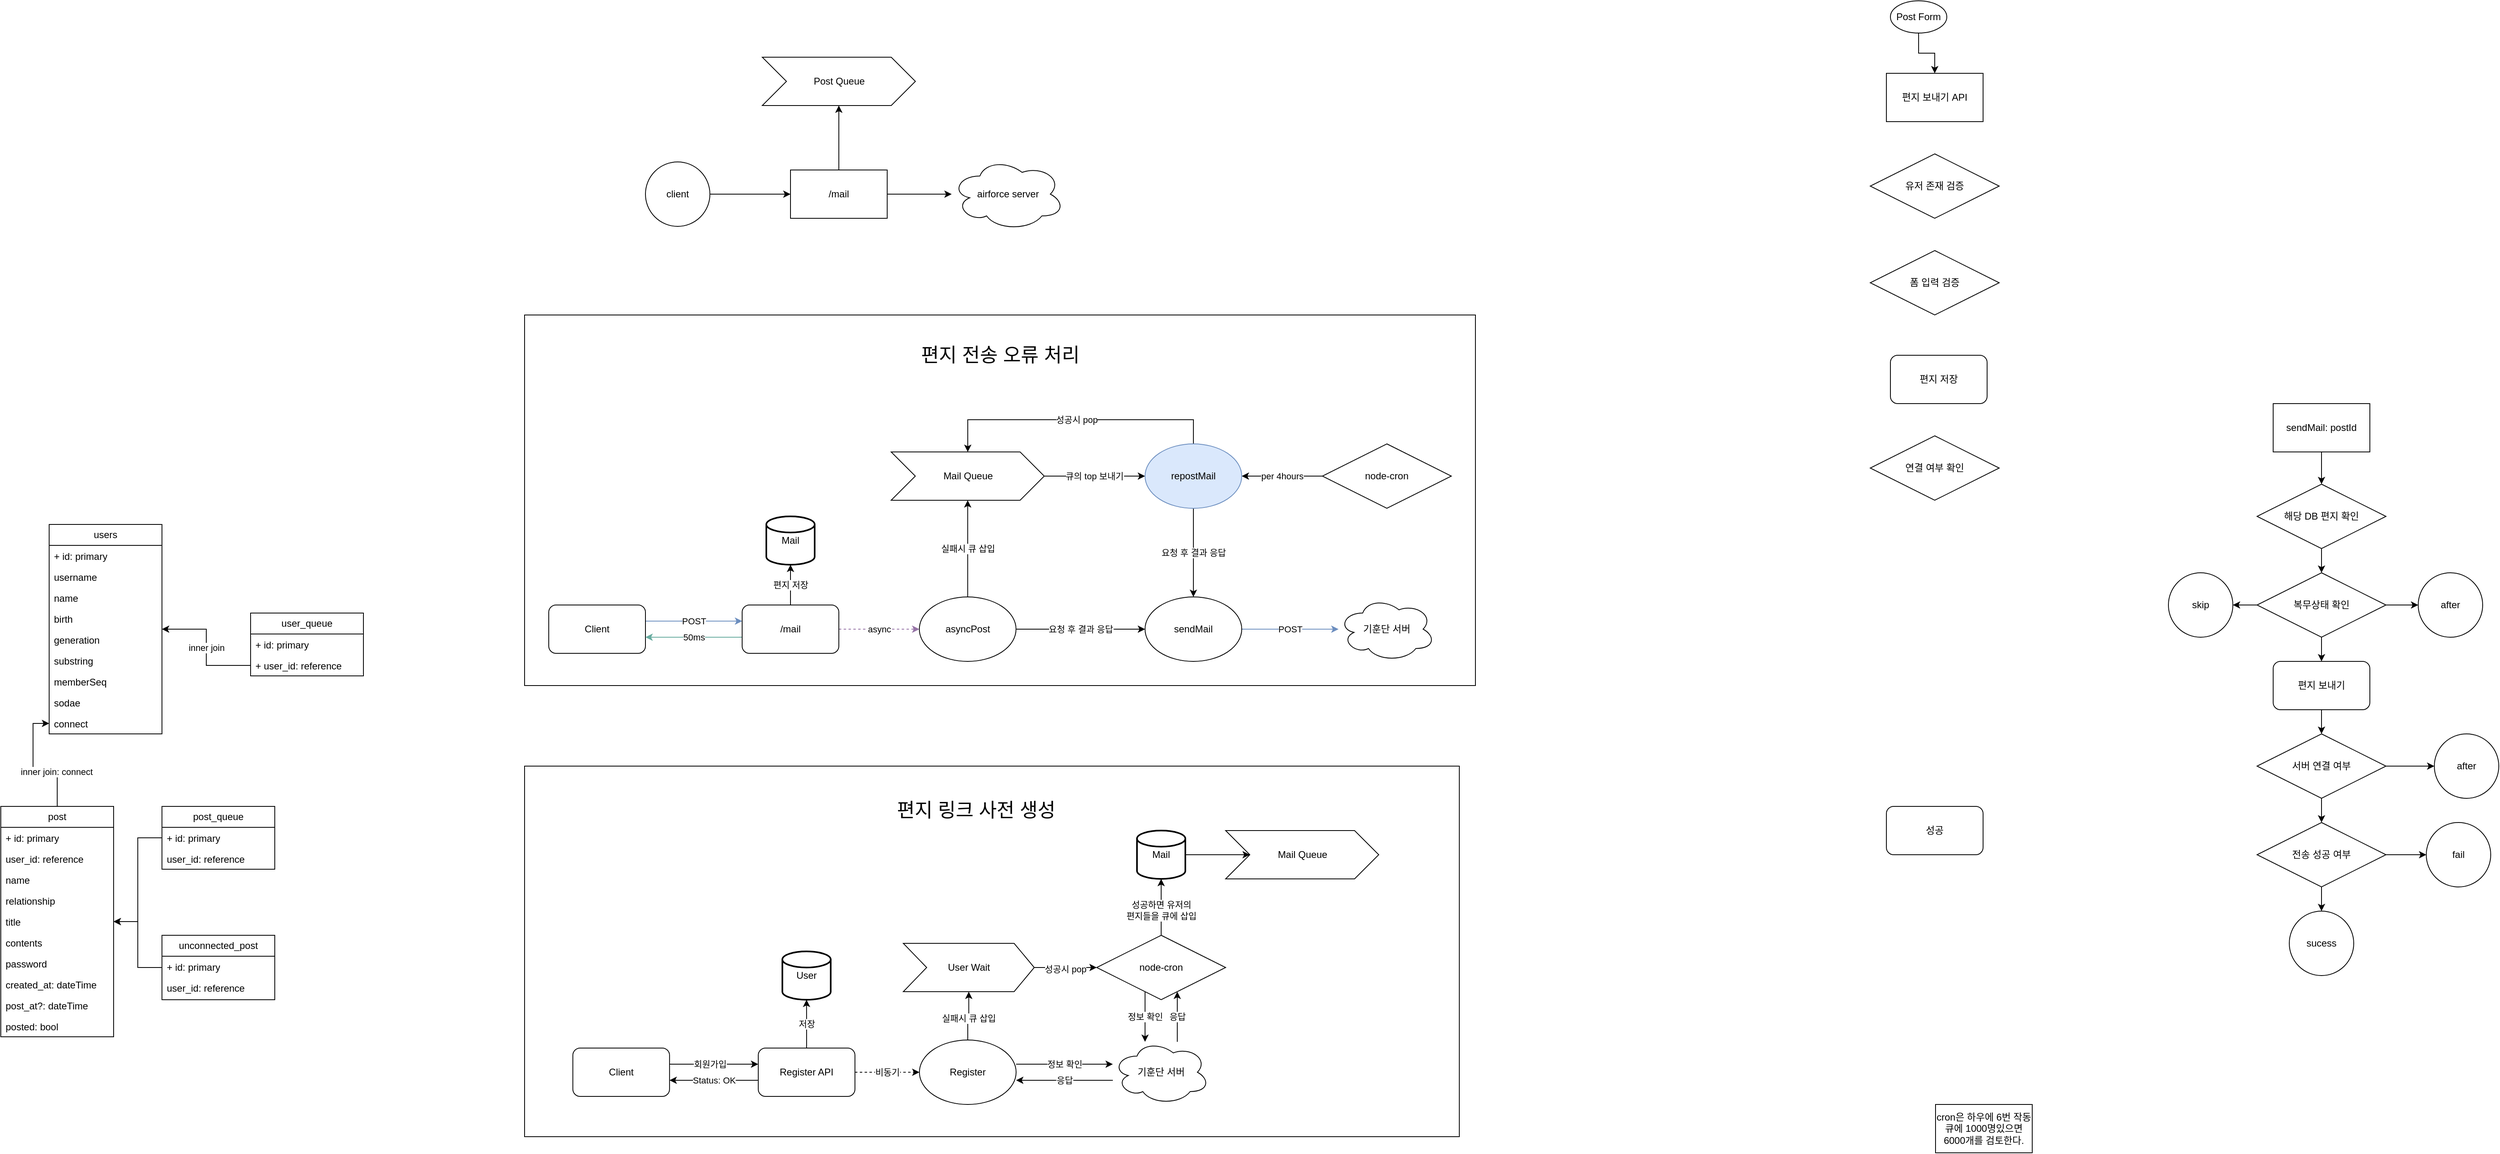
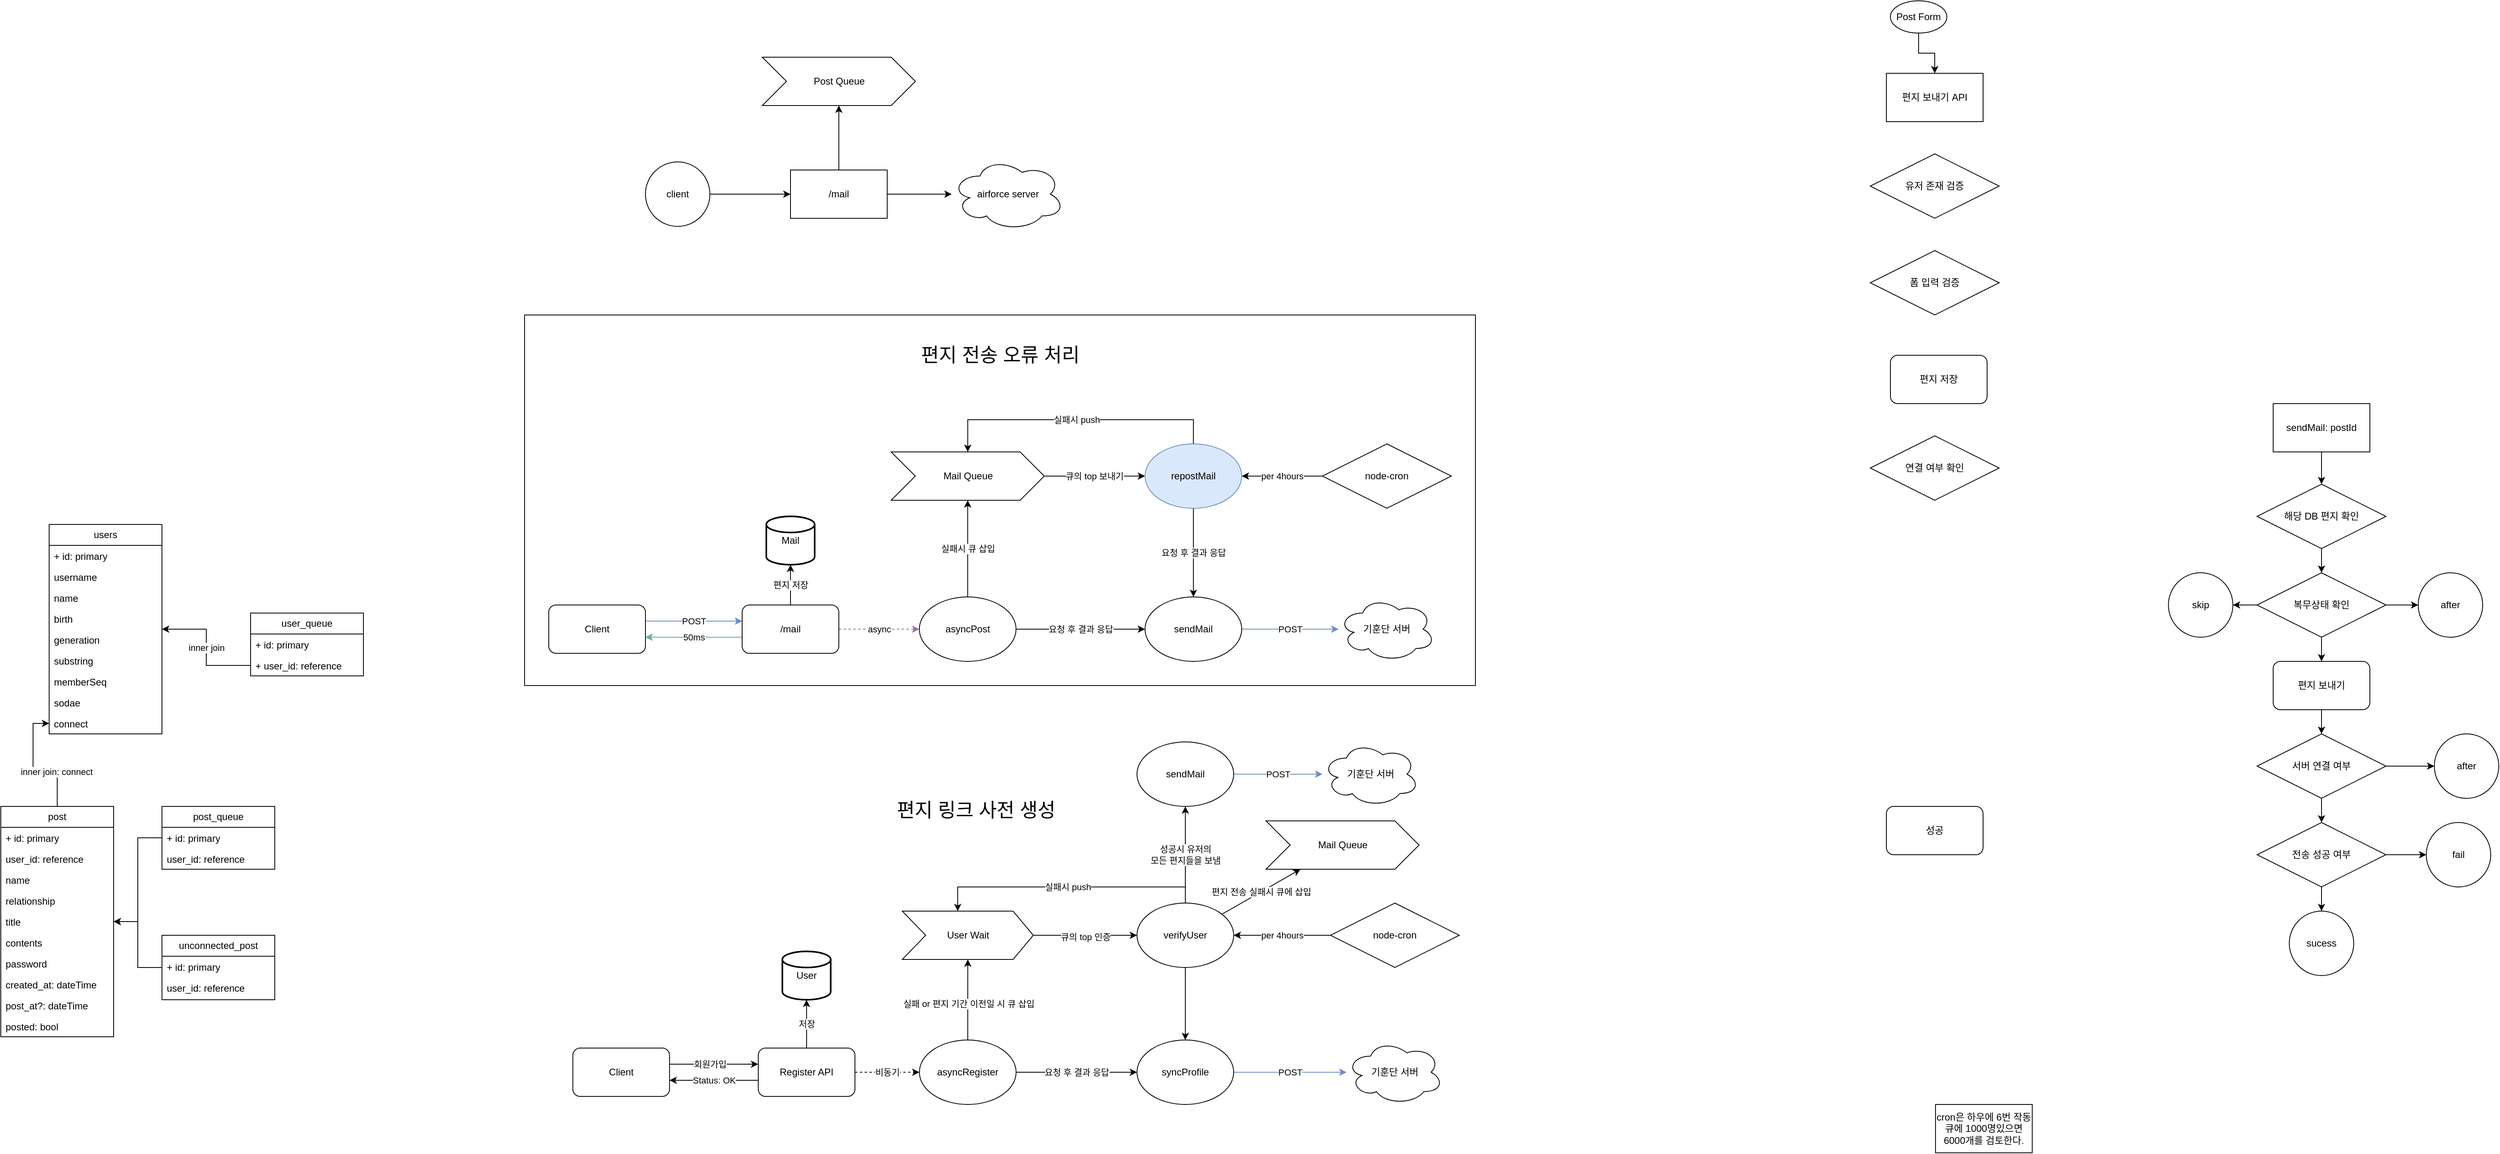
- <mxfile host="app.diagrams.net" modified="2024-04-21T07:41:50.986Z" agent="Mozilla/5.0 (Windows NT 10.0; Win64; x64) AppleWebKit/537.36 (KHTML, like Gecko) Chrome/124.0.0.0 Safari/537.36" etag="vN5u7WciTE8FG1vGL8eT" version="24.2.7" type="github">
+ <mxfile host="app.diagrams.net" modified="2024-04-21T09:34:45.189Z" agent="Mozilla/5.0 (Windows NT 10.0; Win64; x64) AppleWebKit/537.36 (KHTML, like Gecko) Chrome/124.0.0.0 Safari/537.36" etag="x_8P8Jp_RcpYmVHvX2L7" version="24.2.7" type="github">
  <diagram name="페이지-1" id="YYIqQqlZSumYDMB_ZiYN">
-     <mxGraphModel dx="1509" dy="1954" grid="1" gridSize="10" guides="1" tooltips="1" connect="1" arrows="1" fold="1" page="1" pageScale="1" pageWidth="827" pageHeight="1169" math="0" shadow="0">
+     <mxGraphModel dx="1687" dy="2047" grid="1" gridSize="10" guides="1" tooltips="1" connect="1" arrows="1" fold="1" page="1" pageScale="1" pageWidth="827" pageHeight="1169" math="0" shadow="0">
      <root>
        <mxCell id="0" />
        <mxCell id="1" parent="0" />
-         <mxCell id="tpOvkQPWunvHwrgow_rU-3" value="" style="rounded=0;whiteSpace=wrap;html=1;" vertex="1" parent="1">
-           <mxGeometry x="730" y="550" width="1160" height="460" as="geometry" />
-         </mxCell>
-         <mxCell id="tpOvkQPWunvHwrgow_rU-2" value="" style="rounded=0;whiteSpace=wrap;html=1;" vertex="1" parent="1">
+         <mxCell id="tpOvkQPWunvHwrgow_rU-2" value="" style="rounded=0;whiteSpace=wrap;html=1;" parent="1" vertex="1">
          <mxGeometry x="730" y="-10" width="1180" height="460" as="geometry" />
        </mxCell>
        <mxCell id="AZsRamwOxZUp80OkMe_C-2" value="users" style="swimlane;fontStyle=0;childLayout=stackLayout;horizontal=1;startSize=26;fillColor=none;horizontalStack=0;resizeParent=1;resizeParentMax=0;resizeLast=0;collapsible=1;marginBottom=0;whiteSpace=wrap;html=1;" parent="1" vertex="1">
          <mxGeometry x="140" y="250" width="140" height="260" as="geometry" />
        </mxCell>
        <mxCell id="AZsRamwOxZUp80OkMe_C-3" value="+ id: primary" style="text;strokeColor=none;fillColor=none;align=left;verticalAlign=top;spacingLeft=4;spacingRight=4;overflow=hidden;rotatable=0;points=[[0,0.5],[1,0.5]];portConstraint=eastwest;whiteSpace=wrap;html=1;" parent="AZsRamwOxZUp80OkMe_C-2" vertex="1">
          <mxGeometry y="26" width="140" height="26" as="geometry" />
        </mxCell>
        <mxCell id="AZsRamwOxZUp80OkMe_C-4" value="username" style="text;strokeColor=none;fillColor=none;align=left;verticalAlign=top;spacingLeft=4;spacingRight=4;overflow=hidden;rotatable=0;points=[[0,0.5],[1,0.5]];portConstraint=eastwest;whiteSpace=wrap;html=1;" parent="AZsRamwOxZUp80OkMe_C-2" vertex="1">
          <mxGeometry y="52" width="140" height="26" as="geometry" />
        </mxCell>
        <mxCell id="AZsRamwOxZUp80OkMe_C-5" value="name" style="text;strokeColor=none;fillColor=none;align=left;verticalAlign=top;spacingLeft=4;spacingRight=4;overflow=hidden;rotatable=0;points=[[0,0.5],[1,0.5]];portConstraint=eastwest;whiteSpace=wrap;html=1;" parent="AZsRamwOxZUp80OkMe_C-2" vertex="1">
          <mxGeometry y="78" width="140" height="26" as="geometry" />
        </mxCell>
        <mxCell id="AZsRamwOxZUp80OkMe_C-10" value="birth" style="text;strokeColor=none;fillColor=none;align=left;verticalAlign=top;spacingLeft=4;spacingRight=4;overflow=hidden;rotatable=0;points=[[0,0.5],[1,0.5]];portConstraint=eastwest;whiteSpace=wrap;html=1;" parent="AZsRamwOxZUp80OkMe_C-2" vertex="1">
          <mxGeometry y="104" width="140" height="26" as="geometry" />
        </mxCell>
        <mxCell id="AZsRamwOxZUp80OkMe_C-11" value="generation" style="text;strokeColor=none;fillColor=none;align=left;verticalAlign=top;spacingLeft=4;spacingRight=4;overflow=hidden;rotatable=0;points=[[0,0.5],[1,0.5]];portConstraint=eastwest;whiteSpace=wrap;html=1;" parent="AZsRamwOxZUp80OkMe_C-2" vertex="1">
          <mxGeometry y="130" width="140" height="26" as="geometry" />
        </mxCell>
        <mxCell id="AZsRamwOxZUp80OkMe_C-12" value="substring" style="text;strokeColor=none;fillColor=none;align=left;verticalAlign=top;spacingLeft=4;spacingRight=4;overflow=hidden;rotatable=0;points=[[0,0.5],[1,0.5]];portConstraint=eastwest;whiteSpace=wrap;html=1;" parent="AZsRamwOxZUp80OkMe_C-2" vertex="1">
          <mxGeometry y="156" width="140" height="26" as="geometry" />
        </mxCell>
        <mxCell id="AZsRamwOxZUp80OkMe_C-15" value="memberSeq" style="text;strokeColor=none;fillColor=none;align=left;verticalAlign=top;spacingLeft=4;spacingRight=4;overflow=hidden;rotatable=0;points=[[0,0.5],[1,0.5]];portConstraint=eastwest;whiteSpace=wrap;html=1;" parent="AZsRamwOxZUp80OkMe_C-2" vertex="1">
          <mxGeometry y="182" width="140" height="26" as="geometry" />
        </mxCell>
        <mxCell id="AZsRamwOxZUp80OkMe_C-14" value="sodae" style="text;strokeColor=none;fillColor=none;align=left;verticalAlign=top;spacingLeft=4;spacingRight=4;overflow=hidden;rotatable=0;points=[[0,0.5],[1,0.5]];portConstraint=eastwest;whiteSpace=wrap;html=1;" parent="AZsRamwOxZUp80OkMe_C-2" vertex="1">
          <mxGeometry y="208" width="140" height="26" as="geometry" />
        </mxCell>
        <mxCell id="AZsRamwOxZUp80OkMe_C-16" value="connect" style="text;strokeColor=none;fillColor=none;align=left;verticalAlign=top;spacingLeft=4;spacingRight=4;overflow=hidden;rotatable=0;points=[[0,0.5],[1,0.5]];portConstraint=eastwest;whiteSpace=wrap;html=1;" parent="AZsRamwOxZUp80OkMe_C-2" vertex="1">
          <mxGeometry y="234" width="140" height="26" as="geometry" />
        </mxCell>
        <mxCell id="AZsRamwOxZUp80OkMe_C-6" value="user_queue" style="swimlane;fontStyle=0;childLayout=stackLayout;horizontal=1;startSize=26;fillColor=none;horizontalStack=0;resizeParent=1;resizeParentMax=0;resizeLast=0;collapsible=1;marginBottom=0;whiteSpace=wrap;html=1;" parent="1" vertex="1">
          <mxGeometry x="390" y="360" width="140" height="78" as="geometry" />
        </mxCell>
        <mxCell id="AZsRamwOxZUp80OkMe_C-18" value="+ id: primary" style="text;strokeColor=none;fillColor=none;align=left;verticalAlign=top;spacingLeft=4;spacingRight=4;overflow=hidden;rotatable=0;points=[[0,0.5],[1,0.5]];portConstraint=eastwest;whiteSpace=wrap;html=1;" parent="AZsRamwOxZUp80OkMe_C-6" vertex="1">
          <mxGeometry y="26" width="140" height="26" as="geometry" />
        </mxCell>
        <mxCell id="AZsRamwOxZUp80OkMe_C-7" value="+ user_id: reference" style="text;strokeColor=none;fillColor=none;align=left;verticalAlign=top;spacingLeft=4;spacingRight=4;overflow=hidden;rotatable=0;points=[[0,0.5],[1,0.5]];portConstraint=eastwest;whiteSpace=wrap;html=1;" parent="AZsRamwOxZUp80OkMe_C-6" vertex="1">
          <mxGeometry y="52" width="140" height="26" as="geometry" />
        </mxCell>
        <mxCell id="AZsRamwOxZUp80OkMe_C-19" value="inner join" style="edgeStyle=orthogonalEdgeStyle;rounded=0;orthogonalLoop=1;jettySize=auto;html=1;" parent="1" source="AZsRamwOxZUp80OkMe_C-7" target="AZsRamwOxZUp80OkMe_C-2" edge="1">
          <mxGeometry relative="1" as="geometry" />
        </mxCell>
        <mxCell id="F6sanjwA14LKa2ckui42-2" style="edgeStyle=orthogonalEdgeStyle;rounded=0;orthogonalLoop=1;jettySize=auto;html=1;" parent="1" source="AZsRamwOxZUp80OkMe_C-20" target="AZsRamwOxZUp80OkMe_C-16" edge="1">
          <mxGeometry relative="1" as="geometry" />
        </mxCell>
        <mxCell id="F6sanjwA14LKa2ckui42-3" value="inner join: connect" style="edgeLabel;html=1;align=center;verticalAlign=middle;resizable=0;points=[];" parent="F6sanjwA14LKa2ckui42-2" vertex="1" connectable="0">
          <mxGeometry x="-0.4284" y="1" relative="1" as="geometry">
            <mxPoint as="offset" />
          </mxGeometry>
        </mxCell>
        <mxCell id="AZsRamwOxZUp80OkMe_C-20" value="post" style="swimlane;fontStyle=0;childLayout=stackLayout;horizontal=1;startSize=26;fillColor=none;horizontalStack=0;resizeParent=1;resizeParentMax=0;resizeLast=0;collapsible=1;marginBottom=0;whiteSpace=wrap;html=1;" parent="1" vertex="1">
          <mxGeometry x="80" y="600" width="140" height="286" as="geometry" />
        </mxCell>
        <mxCell id="AZsRamwOxZUp80OkMe_C-21" value="+ id: primary" style="text;strokeColor=none;fillColor=none;align=left;verticalAlign=top;spacingLeft=4;spacingRight=4;overflow=hidden;rotatable=0;points=[[0,0.5],[1,0.5]];portConstraint=eastwest;whiteSpace=wrap;html=1;" parent="AZsRamwOxZUp80OkMe_C-20" vertex="1">
          <mxGeometry y="26" width="140" height="26" as="geometry" />
        </mxCell>
        <mxCell id="AZsRamwOxZUp80OkMe_C-22" value="user_id: reference" style="text;strokeColor=none;fillColor=none;align=left;verticalAlign=top;spacingLeft=4;spacingRight=4;overflow=hidden;rotatable=0;points=[[0,0.5],[1,0.5]];portConstraint=eastwest;whiteSpace=wrap;html=1;" parent="AZsRamwOxZUp80OkMe_C-20" vertex="1">
          <mxGeometry y="52" width="140" height="26" as="geometry" />
        </mxCell>
        <mxCell id="AZsRamwOxZUp80OkMe_C-23" value="name" style="text;strokeColor=none;fillColor=none;align=left;verticalAlign=top;spacingLeft=4;spacingRight=4;overflow=hidden;rotatable=0;points=[[0,0.5],[1,0.5]];portConstraint=eastwest;whiteSpace=wrap;html=1;" parent="AZsRamwOxZUp80OkMe_C-20" vertex="1">
          <mxGeometry y="78" width="140" height="26" as="geometry" />
        </mxCell>
        <mxCell id="AZsRamwOxZUp80OkMe_C-24" value="relationship" style="text;strokeColor=none;fillColor=none;align=left;verticalAlign=top;spacingLeft=4;spacingRight=4;overflow=hidden;rotatable=0;points=[[0,0.5],[1,0.5]];portConstraint=eastwest;whiteSpace=wrap;html=1;" parent="AZsRamwOxZUp80OkMe_C-20" vertex="1">
          <mxGeometry y="104" width="140" height="26" as="geometry" />
        </mxCell>
        <mxCell id="AZsRamwOxZUp80OkMe_C-25" value="title" style="text;strokeColor=none;fillColor=none;align=left;verticalAlign=top;spacingLeft=4;spacingRight=4;overflow=hidden;rotatable=0;points=[[0,0.5],[1,0.5]];portConstraint=eastwest;whiteSpace=wrap;html=1;" parent="AZsRamwOxZUp80OkMe_C-20" vertex="1">
          <mxGeometry y="130" width="140" height="26" as="geometry" />
        </mxCell>
        <mxCell id="AZsRamwOxZUp80OkMe_C-26" value="contents" style="text;strokeColor=none;fillColor=none;align=left;verticalAlign=top;spacingLeft=4;spacingRight=4;overflow=hidden;rotatable=0;points=[[0,0.5],[1,0.5]];portConstraint=eastwest;whiteSpace=wrap;html=1;" parent="AZsRamwOxZUp80OkMe_C-20" vertex="1">
          <mxGeometry y="156" width="140" height="26" as="geometry" />
        </mxCell>
        <mxCell id="AZsRamwOxZUp80OkMe_C-27" value="password" style="text;strokeColor=none;fillColor=none;align=left;verticalAlign=top;spacingLeft=4;spacingRight=4;overflow=hidden;rotatable=0;points=[[0,0.5],[1,0.5]];portConstraint=eastwest;whiteSpace=wrap;html=1;" parent="AZsRamwOxZUp80OkMe_C-20" vertex="1">
          <mxGeometry y="182" width="140" height="26" as="geometry" />
        </mxCell>
        <mxCell id="AZsRamwOxZUp80OkMe_C-28" value="created_at: dateTime" style="text;strokeColor=none;fillColor=none;align=left;verticalAlign=top;spacingLeft=4;spacingRight=4;overflow=hidden;rotatable=0;points=[[0,0.5],[1,0.5]];portConstraint=eastwest;whiteSpace=wrap;html=1;" parent="AZsRamwOxZUp80OkMe_C-20" vertex="1">
          <mxGeometry y="208" width="140" height="26" as="geometry" />
        </mxCell>
        <mxCell id="AZsRamwOxZUp80OkMe_C-41" value="post_at?: dateTime" style="text;strokeColor=none;fillColor=none;align=left;verticalAlign=top;spacingLeft=4;spacingRight=4;overflow=hidden;rotatable=0;points=[[0,0.5],[1,0.5]];portConstraint=eastwest;whiteSpace=wrap;html=1;" parent="AZsRamwOxZUp80OkMe_C-20" vertex="1">
          <mxGeometry y="234" width="140" height="26" as="geometry" />
        </mxCell>
        <mxCell id="AZsRamwOxZUp80OkMe_C-42" value="posted: bool" style="text;strokeColor=none;fillColor=none;align=left;verticalAlign=top;spacingLeft=4;spacingRight=4;overflow=hidden;rotatable=0;points=[[0,0.5],[1,0.5]];portConstraint=eastwest;whiteSpace=wrap;html=1;" parent="AZsRamwOxZUp80OkMe_C-20" vertex="1">
          <mxGeometry y="260" width="140" height="26" as="geometry" />
        </mxCell>
        <mxCell id="F6sanjwA14LKa2ckui42-4" style="edgeStyle=orthogonalEdgeStyle;rounded=0;orthogonalLoop=1;jettySize=auto;html=1;" parent="1" source="AZsRamwOxZUp80OkMe_C-30" target="AZsRamwOxZUp80OkMe_C-20" edge="1">
          <mxGeometry relative="1" as="geometry" />
        </mxCell>
        <mxCell id="AZsRamwOxZUp80OkMe_C-30" value="post_queue" style="swimlane;fontStyle=0;childLayout=stackLayout;horizontal=1;startSize=26;fillColor=none;horizontalStack=0;resizeParent=1;resizeParentMax=0;resizeLast=0;collapsible=1;marginBottom=0;whiteSpace=wrap;html=1;" parent="1" vertex="1">
          <mxGeometry x="280" y="600" width="140" height="78" as="geometry" />
        </mxCell>
        <mxCell id="AZsRamwOxZUp80OkMe_C-31" value="+ id: primary" style="text;strokeColor=none;fillColor=none;align=left;verticalAlign=top;spacingLeft=4;spacingRight=4;overflow=hidden;rotatable=0;points=[[0,0.5],[1,0.5]];portConstraint=eastwest;whiteSpace=wrap;html=1;" parent="AZsRamwOxZUp80OkMe_C-30" vertex="1">
          <mxGeometry y="26" width="140" height="26" as="geometry" />
        </mxCell>
        <mxCell id="AZsRamwOxZUp80OkMe_C-32" value="user_id: reference" style="text;strokeColor=none;fillColor=none;align=left;verticalAlign=top;spacingLeft=4;spacingRight=4;overflow=hidden;rotatable=0;points=[[0,0.5],[1,0.5]];portConstraint=eastwest;whiteSpace=wrap;html=1;" parent="AZsRamwOxZUp80OkMe_C-30" vertex="1">
          <mxGeometry y="52" width="140" height="26" as="geometry" />
        </mxCell>
        <mxCell id="F6sanjwA14LKa2ckui42-5" style="edgeStyle=orthogonalEdgeStyle;rounded=0;orthogonalLoop=1;jettySize=auto;html=1;" parent="1" source="AZsRamwOxZUp80OkMe_C-46" target="AZsRamwOxZUp80OkMe_C-20" edge="1">
          <mxGeometry relative="1" as="geometry" />
        </mxCell>
        <mxCell id="AZsRamwOxZUp80OkMe_C-46" value="unconnected_post" style="swimlane;fontStyle=0;childLayout=stackLayout;horizontal=1;startSize=26;fillColor=none;horizontalStack=0;resizeParent=1;resizeParentMax=0;resizeLast=0;collapsible=1;marginBottom=0;whiteSpace=wrap;html=1;" parent="1" vertex="1">
          <mxGeometry x="280" y="760" width="140" height="80" as="geometry" />
        </mxCell>
        <mxCell id="AZsRamwOxZUp80OkMe_C-47" value="+ id: primary" style="text;strokeColor=none;fillColor=none;align=left;verticalAlign=top;spacingLeft=4;spacingRight=4;overflow=hidden;rotatable=0;points=[[0,0.5],[1,0.5]];portConstraint=eastwest;whiteSpace=wrap;html=1;" parent="AZsRamwOxZUp80OkMe_C-46" vertex="1">
          <mxGeometry y="26" width="140" height="26" as="geometry" />
        </mxCell>
        <mxCell id="AZsRamwOxZUp80OkMe_C-48" value="user_id: reference" style="text;strokeColor=none;fillColor=none;align=left;verticalAlign=top;spacingLeft=4;spacingRight=4;overflow=hidden;rotatable=0;points=[[0,0.5],[1,0.5]];portConstraint=eastwest;whiteSpace=wrap;html=1;" parent="AZsRamwOxZUp80OkMe_C-46" vertex="1">
          <mxGeometry y="52" width="140" height="28" as="geometry" />
        </mxCell>
        <mxCell id="wQPPLxiwdvjhVnuzjJRF-10" value="실패시 큐 삽입" style="edgeStyle=orthogonalEdgeStyle;rounded=0;orthogonalLoop=1;jettySize=auto;html=1;" parent="1" source="TXcI-fBlLuWAS2TPfB02-1" target="TXcI-fBlLuWAS2TPfB02-9" edge="1">
          <mxGeometry relative="1" as="geometry" />
        </mxCell>
        <mxCell id="wQPPLxiwdvjhVnuzjJRF-13" value="POST" style="rounded=0;orthogonalLoop=1;jettySize=auto;html=1;startArrow=none;startFill=0;fillColor=#dae8fc;strokeColor=#6c8ebf;" parent="1" source="wQPPLxiwdvjhVnuzjJRF-19" target="TXcI-fBlLuWAS2TPfB02-2" edge="1">
          <mxGeometry relative="1" as="geometry" />
        </mxCell>
        <mxCell id="wQPPLxiwdvjhVnuzjJRF-20" value="요청 후 결과 응답" style="rounded=0;orthogonalLoop=1;jettySize=auto;html=1;edgeStyle=orthogonalEdgeStyle;" parent="1" source="TXcI-fBlLuWAS2TPfB02-1" target="wQPPLxiwdvjhVnuzjJRF-19" edge="1">
          <mxGeometry relative="1" as="geometry" />
        </mxCell>
        <mxCell id="TXcI-fBlLuWAS2TPfB02-1" value="asyncPost" style="ellipse;whiteSpace=wrap;html=1;" parent="1" vertex="1">
          <mxGeometry x="1219.91" y="340" width="120" height="80" as="geometry" />
        </mxCell>
        <mxCell id="TXcI-fBlLuWAS2TPfB02-2" value="기훈단 서버" style="ellipse;shape=cloud;whiteSpace=wrap;html=1;" parent="1" vertex="1">
          <mxGeometry x="1740.09" y="340" width="120" height="80" as="geometry" />
        </mxCell>
        <mxCell id="TXcI-fBlLuWAS2TPfB02-11" value="큐의 top 보내기" style="edgeStyle=orthogonalEdgeStyle;rounded=0;orthogonalLoop=1;jettySize=auto;html=1;" parent="1" source="TXcI-fBlLuWAS2TPfB02-9" target="wQPPLxiwdvjhVnuzjJRF-23" edge="1">
          <mxGeometry relative="1" as="geometry">
            <mxPoint x="1449.9099999999999" y="220" as="targetPoint" />
            <Array as="points" />
          </mxGeometry>
        </mxCell>
        <mxCell id="TXcI-fBlLuWAS2TPfB02-9" value="Mail Queue" style="html=1;shadow=0;dashed=0;align=center;verticalAlign=middle;shape=mxgraph.arrows2.arrow;dy=0;dx=30;notch=30;" parent="1" vertex="1">
          <mxGeometry x="1184.91" y="160" width="190" height="60" as="geometry" />
        </mxCell>
        <mxCell id="TXcI-fBlLuWAS2TPfB02-21" value="POST" style="edgeStyle=orthogonalEdgeStyle;rounded=0;orthogonalLoop=1;jettySize=auto;html=1;fillColor=#dae8fc;strokeColor=#6c8ebf;" parent="1" source="TXcI-fBlLuWAS2TPfB02-19" target="TXcI-fBlLuWAS2TPfB02-22" edge="1">
          <mxGeometry relative="1" as="geometry">
            <mxPoint x="970" y="380" as="targetPoint" />
            <Array as="points">
              <mxPoint x="960" y="370" />
              <mxPoint x="960" y="370" />
            </Array>
          </mxGeometry>
        </mxCell>
        <mxCell id="TXcI-fBlLuWAS2TPfB02-19" value="Client" style="rounded=1;whiteSpace=wrap;html=1;" parent="1" vertex="1">
          <mxGeometry x="760" y="350" width="120" height="60" as="geometry" />
        </mxCell>
        <mxCell id="TXcI-fBlLuWAS2TPfB02-20" value="Mail" style="strokeWidth=2;html=1;shape=mxgraph.flowchart.database;whiteSpace=wrap;" parent="1" vertex="1">
          <mxGeometry x="1030" y="240" width="60" height="60" as="geometry" />
        </mxCell>
        <mxCell id="TXcI-fBlLuWAS2TPfB02-23" value="편지 저장" style="edgeStyle=orthogonalEdgeStyle;rounded=0;orthogonalLoop=1;jettySize=auto;html=1;" parent="1" source="TXcI-fBlLuWAS2TPfB02-22" target="TXcI-fBlLuWAS2TPfB02-20" edge="1">
          <mxGeometry relative="1" as="geometry" />
        </mxCell>
        <mxCell id="TXcI-fBlLuWAS2TPfB02-24" value="async" style="edgeStyle=orthogonalEdgeStyle;rounded=0;orthogonalLoop=1;jettySize=auto;html=1;dashed=1;fillColor=#e1d5e7;strokeColor=#9673a6;" parent="1" source="TXcI-fBlLuWAS2TPfB02-22" target="TXcI-fBlLuWAS2TPfB02-1" edge="1">
          <mxGeometry relative="1" as="geometry" />
        </mxCell>
        <mxCell id="TXcI-fBlLuWAS2TPfB02-26" value="50ms" style="edgeStyle=orthogonalEdgeStyle;rounded=0;orthogonalLoop=1;jettySize=auto;html=1;strokeColor=#67AB9F;" parent="1" source="TXcI-fBlLuWAS2TPfB02-22" target="TXcI-fBlLuWAS2TPfB02-19" edge="1">
          <mxGeometry relative="1" as="geometry">
            <Array as="points">
              <mxPoint x="960" y="390" />
              <mxPoint x="960" y="390" />
            </Array>
          </mxGeometry>
        </mxCell>
        <mxCell id="TXcI-fBlLuWAS2TPfB02-22" value="/mail" style="rounded=1;whiteSpace=wrap;html=1;" parent="1" vertex="1">
          <mxGeometry x="1000" y="350" width="120" height="60" as="geometry" />
        </mxCell>
        <mxCell id="wQPPLxiwdvjhVnuzjJRF-21" value="per 4hours" style="rounded=0;orthogonalLoop=1;jettySize=auto;html=1;edgeStyle=orthogonalEdgeStyle;" parent="1" source="TXcI-fBlLuWAS2TPfB02-27" target="wQPPLxiwdvjhVnuzjJRF-23" edge="1">
          <mxGeometry relative="1" as="geometry" />
        </mxCell>
        <mxCell id="TXcI-fBlLuWAS2TPfB02-27" value="node-cron" style="rhombus;whiteSpace=wrap;html=1;" parent="1" vertex="1">
          <mxGeometry x="1720.09" y="150" width="160" height="80" as="geometry" />
        </mxCell>
        <mxCell id="TXcI-fBlLuWAS2TPfB02-55" value="&lt;span style=&quot;color: rgb(0, 0, 0); font-family: Helvetica; font-size: 11px; font-style: normal; font-variant-ligatures: normal; font-variant-caps: normal; font-weight: 400; letter-spacing: normal; orphans: 2; text-align: center; text-indent: 0px; text-transform: none; white-space: nowrap; widows: 2; word-spacing: 0px; -webkit-text-stroke-width: 0px; background-color: rgb(255, 255, 255); text-decoration-thickness: initial; text-decoration-style: initial; text-decoration-color: initial; display: inline !important; float: none;&quot;&gt;회원가입&lt;/span&gt;" style="edgeStyle=orthogonalEdgeStyle;rounded=0;orthogonalLoop=1;jettySize=auto;html=1;" parent="1" edge="1">
          <mxGeometry x="-0.0893" relative="1" as="geometry">
            <mxPoint x="909.9100000000001" y="920" as="sourcePoint" />
            <mxPoint x="1019.9100000000001" y="920" as="targetPoint" />
            <mxPoint as="offset" />
          </mxGeometry>
        </mxCell>
        <mxCell id="TXcI-fBlLuWAS2TPfB02-53" value="Client" style="rounded=1;whiteSpace=wrap;html=1;" parent="1" vertex="1">
          <mxGeometry x="789.9100000000001" y="900" width="120" height="60" as="geometry" />
        </mxCell>
        <mxCell id="TXcI-fBlLuWAS2TPfB02-57" value="비동기" style="edgeStyle=orthogonalEdgeStyle;rounded=0;orthogonalLoop=1;jettySize=auto;html=1;dashed=1;" parent="1" source="TXcI-fBlLuWAS2TPfB02-54" target="TXcI-fBlLuWAS2TPfB02-56" edge="1">
          <mxGeometry relative="1" as="geometry" />
        </mxCell>
        <mxCell id="TXcI-fBlLuWAS2TPfB02-59" value="Status: OK" style="edgeStyle=orthogonalEdgeStyle;rounded=0;orthogonalLoop=1;jettySize=auto;html=1;" parent="1" edge="1">
          <mxGeometry relative="1" as="geometry">
            <mxPoint x="1020" y="940" as="sourcePoint" />
            <mxPoint x="909.9100000000003" y="940" as="targetPoint" />
          </mxGeometry>
        </mxCell>
        <mxCell id="TXcI-fBlLuWAS2TPfB02-65" value="저장" style="edgeStyle=orthogonalEdgeStyle;rounded=0;orthogonalLoop=1;jettySize=auto;html=1;" parent="1" source="TXcI-fBlLuWAS2TPfB02-54" target="TXcI-fBlLuWAS2TPfB02-64" edge="1">
          <mxGeometry relative="1" as="geometry" />
        </mxCell>
        <mxCell id="TXcI-fBlLuWAS2TPfB02-54" value="Register API" style="rounded=1;whiteSpace=wrap;html=1;" parent="1" vertex="1">
          <mxGeometry x="1020" y="900" width="120" height="60" as="geometry" />
        </mxCell>
-         <mxCell id="TXcI-fBlLuWAS2TPfB02-67" value="정보 확인" style="edgeStyle=orthogonalEdgeStyle;rounded=0;orthogonalLoop=1;jettySize=auto;html=1;" parent="1" edge="1">
-           <mxGeometry relative="1" as="geometry">
-             <mxPoint x="1340" y="920" as="sourcePoint" />
-             <mxPoint x="1460" y="920" as="targetPoint" />
-           </mxGeometry>
-         </mxCell>
        <mxCell id="TXcI-fBlLuWAS2TPfB02-69" style="edgeStyle=orthogonalEdgeStyle;rounded=0;orthogonalLoop=1;jettySize=auto;html=1;" parent="1" source="TXcI-fBlLuWAS2TPfB02-56" target="TXcI-fBlLuWAS2TPfB02-61" edge="1">
          <mxGeometry relative="1" as="geometry" />
        </mxCell>
-         <mxCell id="y1SOeucjYuMJN-nhCAUV-7" value="실패시 큐 삽입" style="edgeLabel;html=1;align=center;verticalAlign=middle;resizable=0;points=[];" parent="TXcI-fBlLuWAS2TPfB02-69" vertex="1" connectable="0">
+         <mxCell id="y1SOeucjYuMJN-nhCAUV-7" value="실패 or 편지 기간 이전일 시 큐 삽입" style="edgeLabel;html=1;align=center;verticalAlign=middle;resizable=0;points=[];" parent="TXcI-fBlLuWAS2TPfB02-69" vertex="1" connectable="0">
          <mxGeometry x="-0.1037" y="-1" relative="1" as="geometry">
            <mxPoint as="offset" />
          </mxGeometry>
        </mxCell>
-         <mxCell id="TXcI-fBlLuWAS2TPfB02-56" value="Register" style="ellipse;whiteSpace=wrap;html=1;" parent="1" vertex="1">
+         <mxCell id="K3UKubzrvV4H-gYz2n_W-7" value="요청 후 결과 응답" style="edgeStyle=orthogonalEdgeStyle;rounded=0;orthogonalLoop=1;jettySize=auto;html=1;" edge="1" parent="1" source="TXcI-fBlLuWAS2TPfB02-56" target="K3UKubzrvV4H-gYz2n_W-2">
+           <mxGeometry relative="1" as="geometry" />
+         </mxCell>
+         <mxCell id="TXcI-fBlLuWAS2TPfB02-56" value="asyncRegister" style="ellipse;whiteSpace=wrap;html=1;" parent="1" vertex="1">
          <mxGeometry x="1220" y="890" width="120" height="80" as="geometry" />
        </mxCell>
-         <mxCell id="TXcI-fBlLuWAS2TPfB02-73" style="edgeStyle=orthogonalEdgeStyle;rounded=0;orthogonalLoop=1;jettySize=auto;html=1;" parent="1" source="TXcI-fBlLuWAS2TPfB02-60" edge="1">
-           <mxGeometry relative="1" as="geometry">
-             <mxPoint x="1520" y="690" as="targetPoint" />
-           </mxGeometry>
-         </mxCell>
-         <mxCell id="y1SOeucjYuMJN-nhCAUV-5" value="성공하면 유저의&lt;div&gt;편지들을 큐에 삽입&lt;/div&gt;" style="edgeLabel;html=1;align=center;verticalAlign=middle;resizable=0;points=[];" parent="TXcI-fBlLuWAS2TPfB02-73" vertex="1" connectable="0">
-           <mxGeometry x="-0.1119" relative="1" as="geometry">
-             <mxPoint as="offset" />
-           </mxGeometry>
-         </mxCell>
-         <mxCell id="TXcI-fBlLuWAS2TPfB02-74" value="정보 확인" style="edgeStyle=orthogonalEdgeStyle;rounded=0;orthogonalLoop=1;jettySize=auto;html=1;" parent="1" source="TXcI-fBlLuWAS2TPfB02-60" target="TXcI-fBlLuWAS2TPfB02-66" edge="1">
-           <mxGeometry relative="1" as="geometry">
-             <Array as="points">
-               <mxPoint x="1500" y="860" />
-               <mxPoint x="1500" y="860" />
-             </Array>
-           </mxGeometry>
-         </mxCell>
-         <mxCell id="TXcI-fBlLuWAS2TPfB02-60" value="node-cron" style="rhombus;whiteSpace=wrap;html=1;" parent="1" vertex="1">
-           <mxGeometry x="1440" y="760" width="160" height="80" as="geometry" />
-         </mxCell>
-         <mxCell id="TXcI-fBlLuWAS2TPfB02-71" style="edgeStyle=orthogonalEdgeStyle;rounded=0;orthogonalLoop=1;jettySize=auto;html=1;" parent="1" source="TXcI-fBlLuWAS2TPfB02-61" target="TXcI-fBlLuWAS2TPfB02-60" edge="1">
-           <mxGeometry relative="1" as="geometry" />
-         </mxCell>
-         <mxCell id="y1SOeucjYuMJN-nhCAUV-8" value="성공시 pop" style="edgeLabel;html=1;align=center;verticalAlign=middle;resizable=0;points=[];" parent="TXcI-fBlLuWAS2TPfB02-71" vertex="1" connectable="0">
+         <mxCell id="TXcI-fBlLuWAS2TPfB02-71" style="edgeStyle=orthogonalEdgeStyle;rounded=0;orthogonalLoop=1;jettySize=auto;html=1;" parent="1" source="TXcI-fBlLuWAS2TPfB02-61" target="K3UKubzrvV4H-gYz2n_W-4" edge="1">
+           <mxGeometry relative="1" as="geometry">
+             <mxPoint x="1440" y="800" as="targetPoint" />
+           </mxGeometry>
+         </mxCell>
+         <mxCell id="y1SOeucjYuMJN-nhCAUV-8" value="큐의 top 인증" style="edgeLabel;html=1;align=center;verticalAlign=middle;resizable=0;points=[];" parent="TXcI-fBlLuWAS2TPfB02-71" vertex="1" connectable="0">
          <mxGeometry x="-0.0036" y="-2" relative="1" as="geometry">
            <mxPoint as="offset" />
          </mxGeometry>
        </mxCell>
        <mxCell id="TXcI-fBlLuWAS2TPfB02-61" value="User Wait" style="html=1;shadow=0;dashed=0;align=center;verticalAlign=middle;shape=mxgraph.arrows2.arrow;dy=0;dx=25;notch=29;" parent="1" vertex="1">
-           <mxGeometry x="1200" y="770" width="162.5" height="60" as="geometry" />
+           <mxGeometry x="1198.75" y="730" width="162.5" height="60" as="geometry" />
        </mxCell>
        <mxCell id="TXcI-fBlLuWAS2TPfB02-64" value="User" style="strokeWidth=2;html=1;shape=mxgraph.flowchart.database;whiteSpace=wrap;" parent="1" vertex="1">
          <mxGeometry x="1049.91" y="780" width="60" height="60" as="geometry" />
        </mxCell>
-         <mxCell id="TXcI-fBlLuWAS2TPfB02-68" value="응답" style="edgeStyle=orthogonalEdgeStyle;rounded=0;orthogonalLoop=1;jettySize=auto;html=1;" parent="1" edge="1">
-           <mxGeometry relative="1" as="geometry">
-             <mxPoint x="1460" y="940" as="sourcePoint" />
-             <mxPoint x="1340" y="940" as="targetPoint" />
-           </mxGeometry>
-         </mxCell>
-         <mxCell id="TXcI-fBlLuWAS2TPfB02-75" value="응답" style="edgeStyle=orthogonalEdgeStyle;rounded=0;orthogonalLoop=1;jettySize=auto;html=1;" parent="1" source="TXcI-fBlLuWAS2TPfB02-66" target="TXcI-fBlLuWAS2TPfB02-60" edge="1">
-           <mxGeometry relative="1" as="geometry">
-             <Array as="points">
-               <mxPoint x="1540" y="860" />
-               <mxPoint x="1540" y="860" />
-             </Array>
-           </mxGeometry>
-         </mxCell>
        <mxCell id="TXcI-fBlLuWAS2TPfB02-66" value="기훈단 서버" style="ellipse;shape=cloud;whiteSpace=wrap;html=1;" parent="1" vertex="1">
-           <mxGeometry x="1460" y="890" width="120" height="80" as="geometry" />
-         </mxCell>
-         <mxCell id="TXcI-fBlLuWAS2TPfB02-76" value="Mail Queue" style="html=1;shadow=0;dashed=0;align=center;verticalAlign=middle;shape=mxgraph.arrows2.arrow;dy=0;dx=30;notch=30;" parent="1" vertex="1">
-           <mxGeometry x="1600" y="630" width="190" height="60" as="geometry" />
+           <mxGeometry x="1750" y="890" width="120" height="80" as="geometry" />
        </mxCell>
        <mxCell id="TXcI-fBlLuWAS2TPfB02-81" value="cron은 하우에 6번 작동&lt;div&gt;큐에 1000명있으면&lt;/div&gt;&lt;div&gt;6000개를 검토한다.&lt;/div&gt;" style="whiteSpace=wrap;html=1;" parent="1" vertex="1">
          <mxGeometry x="2481" y="970" width="120" height="60" as="geometry" />
        </mxCell>
-         <mxCell id="y1SOeucjYuMJN-nhCAUV-4" style="edgeStyle=orthogonalEdgeStyle;rounded=0;orthogonalLoop=1;jettySize=auto;html=1;entryX=0;entryY=0.5;entryDx=30;entryDy=0;entryPerimeter=0;" parent="1" source="y1SOeucjYuMJN-nhCAUV-2" target="TXcI-fBlLuWAS2TPfB02-76" edge="1">
-           <mxGeometry relative="1" as="geometry" />
-         </mxCell>
-         <mxCell id="y1SOeucjYuMJN-nhCAUV-2" value="Mail" style="strokeWidth=2;html=1;shape=mxgraph.flowchart.database;whiteSpace=wrap;" parent="1" vertex="1">
-           <mxGeometry x="1490" y="630" width="60" height="60" as="geometry" />
-         </mxCell>
        <mxCell id="6U6_2w2MqQ0kD7e6yzDg-1" value="편지 보내기 API" style="rounded=0;whiteSpace=wrap;html=1;" parent="1" vertex="1">
          <mxGeometry x="2420" y="-310" width="120" height="60" as="geometry" />
        </mxCell>
        <mxCell id="6U6_2w2MqQ0kD7e6yzDg-3" style="edgeStyle=orthogonalEdgeStyle;rounded=0;orthogonalLoop=1;jettySize=auto;html=1;" parent="1" source="6U6_2w2MqQ0kD7e6yzDg-2" target="6U6_2w2MqQ0kD7e6yzDg-1" edge="1">
          <mxGeometry relative="1" as="geometry" />
        </mxCell>
        <mxCell id="6U6_2w2MqQ0kD7e6yzDg-2" value="Post Form" style="ellipse;whiteSpace=wrap;html=1;" parent="1" vertex="1">
          <mxGeometry x="2425" y="-400" width="70" height="40" as="geometry" />
        </mxCell>
        <mxCell id="6U6_2w2MqQ0kD7e6yzDg-4" value="유저 존재 검증" style="rhombus;whiteSpace=wrap;html=1;" parent="1" vertex="1">
          <mxGeometry x="2400" y="-210" width="160" height="80" as="geometry" />
        </mxCell>
        <mxCell id="6U6_2w2MqQ0kD7e6yzDg-5" value="폼 입력 검증" style="rhombus;whiteSpace=wrap;html=1;" parent="1" vertex="1">
          <mxGeometry x="2400" y="-90" width="160" height="80" as="geometry" />
        </mxCell>
        <mxCell id="6U6_2w2MqQ0kD7e6yzDg-6" value="편지 저장" style="rounded=1;whiteSpace=wrap;html=1;" parent="1" vertex="1">
          <mxGeometry x="2425" y="40" width="120" height="60" as="geometry" />
        </mxCell>
        <mxCell id="6U6_2w2MqQ0kD7e6yzDg-7" value="연결 여부 확인" style="rhombus;whiteSpace=wrap;html=1;" parent="1" vertex="1">
          <mxGeometry x="2400" y="140" width="160" height="80" as="geometry" />
        </mxCell>
        <mxCell id="6U6_2w2MqQ0kD7e6yzDg-30" style="edgeStyle=orthogonalEdgeStyle;rounded=0;orthogonalLoop=1;jettySize=auto;html=1;" parent="1" source="6U6_2w2MqQ0kD7e6yzDg-10" target="6U6_2w2MqQ0kD7e6yzDg-40" edge="1">
          <mxGeometry relative="1" as="geometry">
            <mxPoint x="2960" y="410" as="targetPoint" />
            <Array as="points" />
          </mxGeometry>
        </mxCell>
        <mxCell id="6U6_2w2MqQ0kD7e6yzDg-31" style="edgeStyle=orthogonalEdgeStyle;rounded=0;orthogonalLoop=1;jettySize=auto;html=1;" parent="1" source="6U6_2w2MqQ0kD7e6yzDg-10" target="6U6_2w2MqQ0kD7e6yzDg-22" edge="1">
          <mxGeometry relative="1" as="geometry" />
        </mxCell>
        <mxCell id="6U6_2w2MqQ0kD7e6yzDg-33" style="edgeStyle=orthogonalEdgeStyle;rounded=0;orthogonalLoop=1;jettySize=auto;html=1;" parent="1" source="6U6_2w2MqQ0kD7e6yzDg-10" target="6U6_2w2MqQ0kD7e6yzDg-32" edge="1">
          <mxGeometry relative="1" as="geometry" />
        </mxCell>
        <mxCell id="6U6_2w2MqQ0kD7e6yzDg-10" value="복무상태 확인" style="rhombus;whiteSpace=wrap;html=1;" parent="1" vertex="1">
          <mxGeometry x="2880" y="310" width="160" height="80" as="geometry" />
        </mxCell>
        <mxCell id="6U6_2w2MqQ0kD7e6yzDg-35" style="edgeStyle=orthogonalEdgeStyle;rounded=0;orthogonalLoop=1;jettySize=auto;html=1;" parent="1" source="6U6_2w2MqQ0kD7e6yzDg-11" target="6U6_2w2MqQ0kD7e6yzDg-34" edge="1">
          <mxGeometry relative="1" as="geometry" />
        </mxCell>
        <mxCell id="6U6_2w2MqQ0kD7e6yzDg-39" style="edgeStyle=orthogonalEdgeStyle;rounded=0;orthogonalLoop=1;jettySize=auto;html=1;" parent="1" source="6U6_2w2MqQ0kD7e6yzDg-11" target="6U6_2w2MqQ0kD7e6yzDg-36" edge="1">
          <mxGeometry relative="1" as="geometry" />
        </mxCell>
        <mxCell id="6U6_2w2MqQ0kD7e6yzDg-11" value="서버 연결 여부" style="rhombus;whiteSpace=wrap;html=1;" parent="1" vertex="1">
          <mxGeometry x="2880" y="510" width="160" height="80" as="geometry" />
        </mxCell>
        <mxCell id="6U6_2w2MqQ0kD7e6yzDg-12" value="성공" style="rounded=1;whiteSpace=wrap;html=1;" parent="1" vertex="1">
          <mxGeometry x="2420" y="600" width="120" height="60" as="geometry" />
        </mxCell>
        <mxCell id="6U6_2w2MqQ0kD7e6yzDg-16" style="edgeStyle=orthogonalEdgeStyle;rounded=0;orthogonalLoop=1;jettySize=auto;html=1;" parent="1" source="6U6_2w2MqQ0kD7e6yzDg-13" target="6U6_2w2MqQ0kD7e6yzDg-15" edge="1">
          <mxGeometry relative="1" as="geometry" />
        </mxCell>
        <mxCell id="6U6_2w2MqQ0kD7e6yzDg-13" value="sendMail: postId" style="rounded=0;whiteSpace=wrap;html=1;" parent="1" vertex="1">
          <mxGeometry x="2900" y="100" width="120" height="60" as="geometry" />
        </mxCell>
        <mxCell id="6U6_2w2MqQ0kD7e6yzDg-17" style="edgeStyle=orthogonalEdgeStyle;rounded=0;orthogonalLoop=1;jettySize=auto;html=1;" parent="1" source="6U6_2w2MqQ0kD7e6yzDg-15" target="6U6_2w2MqQ0kD7e6yzDg-10" edge="1">
          <mxGeometry relative="1" as="geometry" />
        </mxCell>
        <mxCell id="6U6_2w2MqQ0kD7e6yzDg-15" value="해당 DB 편지 확인" style="rhombus;whiteSpace=wrap;html=1;" parent="1" vertex="1">
          <mxGeometry x="2880" y="200" width="160" height="80" as="geometry" />
        </mxCell>
        <mxCell id="6U6_2w2MqQ0kD7e6yzDg-22" value="after" style="ellipse;whiteSpace=wrap;html=1;aspect=fixed;" parent="1" vertex="1">
          <mxGeometry x="3080" y="310" width="80" height="80" as="geometry" />
        </mxCell>
        <mxCell id="6U6_2w2MqQ0kD7e6yzDg-23" value="sucess" style="ellipse;whiteSpace=wrap;html=1;aspect=fixed;" parent="1" vertex="1">
          <mxGeometry x="2920" y="730" width="80" height="80" as="geometry" />
        </mxCell>
        <mxCell id="6U6_2w2MqQ0kD7e6yzDg-25" value="fail" style="ellipse;whiteSpace=wrap;html=1;aspect=fixed;" parent="1" vertex="1">
          <mxGeometry x="3090" y="620" width="80" height="80" as="geometry" />
        </mxCell>
        <mxCell id="6U6_2w2MqQ0kD7e6yzDg-32" value="skip" style="ellipse;whiteSpace=wrap;html=1;aspect=fixed;" parent="1" vertex="1">
          <mxGeometry x="2770" y="310" width="80" height="80" as="geometry" />
        </mxCell>
        <mxCell id="6U6_2w2MqQ0kD7e6yzDg-34" value="after" style="ellipse;whiteSpace=wrap;html=1;aspect=fixed;" parent="1" vertex="1">
          <mxGeometry x="3100" y="510" width="80" height="80" as="geometry" />
        </mxCell>
        <mxCell id="6U6_2w2MqQ0kD7e6yzDg-37" style="edgeStyle=orthogonalEdgeStyle;rounded=0;orthogonalLoop=1;jettySize=auto;html=1;" parent="1" source="6U6_2w2MqQ0kD7e6yzDg-36" target="6U6_2w2MqQ0kD7e6yzDg-25" edge="1">
          <mxGeometry relative="1" as="geometry" />
        </mxCell>
        <mxCell id="6U6_2w2MqQ0kD7e6yzDg-38" style="edgeStyle=orthogonalEdgeStyle;rounded=0;orthogonalLoop=1;jettySize=auto;html=1;" parent="1" source="6U6_2w2MqQ0kD7e6yzDg-36" target="6U6_2w2MqQ0kD7e6yzDg-23" edge="1">
          <mxGeometry relative="1" as="geometry" />
        </mxCell>
        <mxCell id="6U6_2w2MqQ0kD7e6yzDg-36" value="전송 성공 여부" style="rhombus;whiteSpace=wrap;html=1;" parent="1" vertex="1">
          <mxGeometry x="2880" y="620" width="160" height="80" as="geometry" />
        </mxCell>
        <mxCell id="6U6_2w2MqQ0kD7e6yzDg-42" style="edgeStyle=orthogonalEdgeStyle;rounded=0;orthogonalLoop=1;jettySize=auto;html=1;" parent="1" source="6U6_2w2MqQ0kD7e6yzDg-40" target="6U6_2w2MqQ0kD7e6yzDg-11" edge="1">
          <mxGeometry relative="1" as="geometry" />
        </mxCell>
        <mxCell id="6U6_2w2MqQ0kD7e6yzDg-40" value="편지 보내기" style="rounded=1;whiteSpace=wrap;html=1;" parent="1" vertex="1">
          <mxGeometry x="2900" y="420" width="120" height="60" as="geometry" />
        </mxCell>
        <mxCell id="wQPPLxiwdvjhVnuzjJRF-7" style="edgeStyle=orthogonalEdgeStyle;rounded=0;orthogonalLoop=1;jettySize=auto;html=1;" parent="1" source="wQPPLxiwdvjhVnuzjJRF-2" target="wQPPLxiwdvjhVnuzjJRF-6" edge="1">
          <mxGeometry relative="1" as="geometry" />
        </mxCell>
        <mxCell id="wQPPLxiwdvjhVnuzjJRF-9" style="edgeStyle=orthogonalEdgeStyle;rounded=0;orthogonalLoop=1;jettySize=auto;html=1;" parent="1" source="wQPPLxiwdvjhVnuzjJRF-2" target="wQPPLxiwdvjhVnuzjJRF-8" edge="1">
          <mxGeometry relative="1" as="geometry" />
        </mxCell>
        <mxCell id="wQPPLxiwdvjhVnuzjJRF-2" value="/mail" style="rounded=0;whiteSpace=wrap;html=1;" parent="1" vertex="1">
          <mxGeometry x="1060" y="-190" width="120" height="60" as="geometry" />
        </mxCell>
        <mxCell id="wQPPLxiwdvjhVnuzjJRF-5" style="edgeStyle=orthogonalEdgeStyle;rounded=0;orthogonalLoop=1;jettySize=auto;html=1;" parent="1" source="wQPPLxiwdvjhVnuzjJRF-4" target="wQPPLxiwdvjhVnuzjJRF-2" edge="1">
          <mxGeometry relative="1" as="geometry" />
        </mxCell>
        <mxCell id="wQPPLxiwdvjhVnuzjJRF-4" value="client" style="ellipse;whiteSpace=wrap;html=1;aspect=fixed;" parent="1" vertex="1">
          <mxGeometry x="880" y="-200" width="80" height="80" as="geometry" />
        </mxCell>
        <mxCell id="wQPPLxiwdvjhVnuzjJRF-6" value="Post Queue" style="html=1;shadow=0;dashed=0;align=center;verticalAlign=middle;shape=mxgraph.arrows2.arrow;dy=0;dx=30;notch=30;" parent="1" vertex="1">
          <mxGeometry x="1025" y="-330" width="190" height="60" as="geometry" />
        </mxCell>
        <mxCell id="wQPPLxiwdvjhVnuzjJRF-8" value="airforce server" style="ellipse;shape=cloud;whiteSpace=wrap;html=1;" parent="1" vertex="1">
          <mxGeometry x="1260" y="-205" width="140" height="90" as="geometry" />
        </mxCell>
        <mxCell id="wQPPLxiwdvjhVnuzjJRF-19" value="sendMail" style="ellipse;whiteSpace=wrap;html=1;" parent="1" vertex="1">
          <mxGeometry x="1500" y="340" width="120" height="80" as="geometry" />
        </mxCell>
        <mxCell id="wQPPLxiwdvjhVnuzjJRF-24" value="요청 후 결과 응답" style="rounded=0;orthogonalLoop=1;jettySize=auto;html=1;edgeStyle=orthogonalEdgeStyle;" parent="1" source="wQPPLxiwdvjhVnuzjJRF-23" target="wQPPLxiwdvjhVnuzjJRF-19" edge="1">
          <mxGeometry relative="1" as="geometry" />
        </mxCell>
-         <mxCell id="wQPPLxiwdvjhVnuzjJRF-25" value="성공시 pop" style="edgeStyle=orthogonalEdgeStyle;rounded=0;orthogonalLoop=1;jettySize=auto;html=1;" parent="1" source="wQPPLxiwdvjhVnuzjJRF-23" target="TXcI-fBlLuWAS2TPfB02-9" edge="1">
+         <mxCell id="wQPPLxiwdvjhVnuzjJRF-25" value="실패시 push" style="edgeStyle=orthogonalEdgeStyle;rounded=0;orthogonalLoop=1;jettySize=auto;html=1;" parent="1" source="wQPPLxiwdvjhVnuzjJRF-23" target="TXcI-fBlLuWAS2TPfB02-9" edge="1">
          <mxGeometry relative="1" as="geometry">
            <Array as="points">
              <mxPoint x="1560" y="120" />
              <mxPoint x="1280" y="120" />
            </Array>
          </mxGeometry>
        </mxCell>
        <mxCell id="wQPPLxiwdvjhVnuzjJRF-23" value="repostMail" style="ellipse;whiteSpace=wrap;html=1;fillColor=#dae8fc;strokeColor=#6c8ebf;" parent="1" vertex="1">
          <mxGeometry x="1500" y="150" width="120" height="80" as="geometry" />
        </mxCell>
-         <mxCell id="tpOvkQPWunvHwrgow_rU-1" value="편지 전송 오류 처리" style="text;html=1;align=center;verticalAlign=middle;resizable=0;points=[];autosize=1;strokeColor=none;fillColor=none;fontSize=24;" vertex="1" parent="1">
+         <mxCell id="tpOvkQPWunvHwrgow_rU-1" value="편지 전송 오류 처리" style="text;html=1;align=center;verticalAlign=middle;resizable=0;points=[];autosize=1;strokeColor=none;fillColor=none;fontSize=24;" parent="1" vertex="1">
          <mxGeometry x="1200" y="20" width="240" height="40" as="geometry" />
        </mxCell>
-         <mxCell id="tpOvkQPWunvHwrgow_rU-4" value="편지 링크 사전 생성" style="text;html=1;align=center;verticalAlign=middle;resizable=0;points=[];autosize=1;strokeColor=none;fillColor=none;fontSize=24;" vertex="1" parent="1">
+         <mxCell id="tpOvkQPWunvHwrgow_rU-4" value="편지 링크 사전 생성" style="text;html=1;align=center;verticalAlign=middle;resizable=0;points=[];autosize=1;strokeColor=none;fillColor=none;fontSize=24;" parent="1" vertex="1">
          <mxGeometry x="1170" y="585" width="240" height="40" as="geometry" />
+         </mxCell>
+         <mxCell id="K3UKubzrvV4H-gYz2n_W-5" value="per 4hours" style="edgeStyle=orthogonalEdgeStyle;rounded=0;orthogonalLoop=1;jettySize=auto;html=1;" edge="1" parent="1" source="K3UKubzrvV4H-gYz2n_W-1" target="K3UKubzrvV4H-gYz2n_W-4">
+           <mxGeometry relative="1" as="geometry" />
+         </mxCell>
+         <mxCell id="K3UKubzrvV4H-gYz2n_W-1" value="node-cron" style="rhombus;whiteSpace=wrap;html=1;" vertex="1" parent="1">
+           <mxGeometry x="1730" y="720" width="160" height="80" as="geometry" />
+         </mxCell>
+         <mxCell id="K3UKubzrvV4H-gYz2n_W-3" value="POST" style="edgeStyle=orthogonalEdgeStyle;rounded=0;orthogonalLoop=1;jettySize=auto;html=1;fillColor=#dae8fc;strokeColor=#6c8ebf;" edge="1" parent="1" source="K3UKubzrvV4H-gYz2n_W-2" target="TXcI-fBlLuWAS2TPfB02-66">
+           <mxGeometry relative="1" as="geometry" />
+         </mxCell>
+         <mxCell id="K3UKubzrvV4H-gYz2n_W-2" value="syncProfile" style="ellipse;whiteSpace=wrap;html=1;" vertex="1" parent="1">
+           <mxGeometry x="1490" y="890" width="120" height="80" as="geometry" />
+         </mxCell>
+         <mxCell id="K3UKubzrvV4H-gYz2n_W-6" style="edgeStyle=orthogonalEdgeStyle;rounded=0;orthogonalLoop=1;jettySize=auto;html=1;" edge="1" parent="1" source="K3UKubzrvV4H-gYz2n_W-4" target="K3UKubzrvV4H-gYz2n_W-2">
+           <mxGeometry relative="1" as="geometry" />
+         </mxCell>
+         <mxCell id="K3UKubzrvV4H-gYz2n_W-8" value="실패시 push" style="edgeStyle=orthogonalEdgeStyle;rounded=0;orthogonalLoop=1;jettySize=auto;html=1;exitX=0.5;exitY=0;exitDx=0;exitDy=0;entryX=0;entryY=0;entryDx=68.75;entryDy=0;entryPerimeter=0;" edge="1" parent="1" source="K3UKubzrvV4H-gYz2n_W-4" target="TXcI-fBlLuWAS2TPfB02-61">
+           <mxGeometry relative="1" as="geometry" />
+         </mxCell>
+         <mxCell id="K3UKubzrvV4H-gYz2n_W-10" value="성공시 유저의&lt;div&gt;모든 편지들을 보냄&lt;/div&gt;" style="edgeStyle=orthogonalEdgeStyle;rounded=0;orthogonalLoop=1;jettySize=auto;html=1;" edge="1" parent="1" source="K3UKubzrvV4H-gYz2n_W-4" target="K3UKubzrvV4H-gYz2n_W-11">
+           <mxGeometry x="-0.0015" relative="1" as="geometry">
+             <mxPoint x="1550" y="620" as="targetPoint" />
+             <mxPoint as="offset" />
+           </mxGeometry>
+         </mxCell>
+         <mxCell id="K3UKubzrvV4H-gYz2n_W-13" value="편지 전송 실패시 큐에 삽입" style="rounded=0;orthogonalLoop=1;jettySize=auto;html=1;" edge="1" parent="1" source="K3UKubzrvV4H-gYz2n_W-4" target="K3UKubzrvV4H-gYz2n_W-12">
+           <mxGeometry x="-0.0024" relative="1" as="geometry">
+             <mxPoint x="1550" y="610" as="sourcePoint" />
+             <mxPoint as="offset" />
+           </mxGeometry>
+         </mxCell>
+         <mxCell id="K3UKubzrvV4H-gYz2n_W-4" value="verifyUser" style="ellipse;whiteSpace=wrap;html=1;" vertex="1" parent="1">
+           <mxGeometry x="1490" y="720" width="120" height="80" as="geometry" />
+         </mxCell>
+         <mxCell id="K3UKubzrvV4H-gYz2n_W-15" value="POST" style="edgeStyle=orthogonalEdgeStyle;rounded=0;orthogonalLoop=1;jettySize=auto;html=1;fillColor=#dae8fc;strokeColor=#6c8ebf;" edge="1" parent="1" source="K3UKubzrvV4H-gYz2n_W-11" target="K3UKubzrvV4H-gYz2n_W-14">
+           <mxGeometry relative="1" as="geometry">
+             <Array as="points">
+               <mxPoint x="1630" y="560" />
+             </Array>
+           </mxGeometry>
+         </mxCell>
+         <mxCell id="K3UKubzrvV4H-gYz2n_W-11" value="sendMail" style="ellipse;whiteSpace=wrap;html=1;" vertex="1" parent="1">
+           <mxGeometry x="1490" y="520" width="120" height="80" as="geometry" />
+         </mxCell>
+         <mxCell id="K3UKubzrvV4H-gYz2n_W-12" value="Mail Queue" style="html=1;shadow=0;dashed=0;align=center;verticalAlign=middle;shape=mxgraph.arrows2.arrow;dy=0;dx=30;notch=30;" vertex="1" parent="1">
+           <mxGeometry x="1650.09" y="618" width="190" height="60" as="geometry" />
+         </mxCell>
+         <mxCell id="K3UKubzrvV4H-gYz2n_W-14" value="기훈단 서버" style="ellipse;shape=cloud;whiteSpace=wrap;html=1;" vertex="1" parent="1">
+           <mxGeometry x="1720.09" y="520" width="120" height="80" as="geometry" />
        </mxCell>
      </root>
    </mxGraphModel>
  </diagram>
</mxfile>
